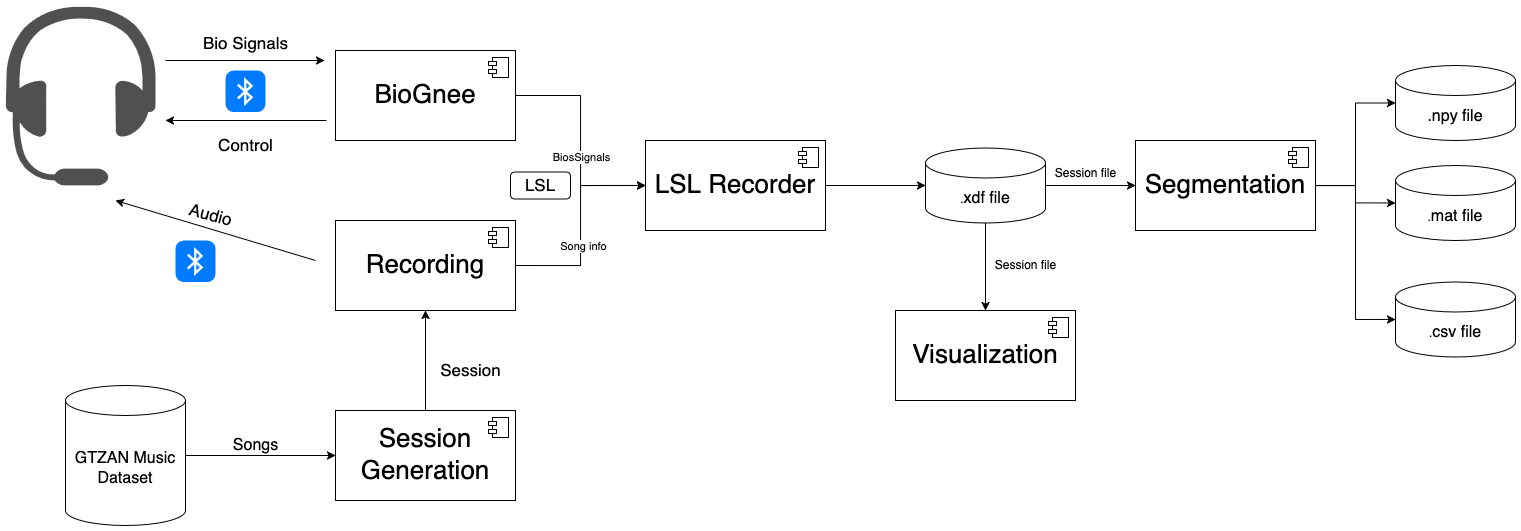
Above: thesis/figures/chapter05/experimentalWorkflow.png in Lukas1305-red/bachelor-thesis-music-eeg-genre-classifier (draw.io), before the change. Source tidied: cells renumbered, new cells last; positions are measured from the earlier drawing's top-left corner, leaving out a move shared by most shapes. The source it was exported from:
```xml
<mxGraphModel>
  <root>
    <mxCell id="0" />
    <mxCell id="1" parent="0" />
    <mxCell id="2" style="sketch=0;shadow=0;dashed=0;html=1;strokeColor=none;fillColor=#505050;labelPosition=center;verticalLabelPosition=bottom;verticalAlign=top;align=center;shape=mxgraph.office.devices.headset;" parent="1" vertex="1">
      <mxGeometry width="150" height="180" as="geometry" />
    </mxCell>
    <mxCell id="3" style="edgeStyle=orthogonalEdgeStyle;rounded=0;jettySize=auto;html=1;entryX=0;entryY=0.5;entryDx=0;entryDy=0;" parent="1" edge="1" source="5" target="26">
      <mxGeometry relative="1" as="geometry" />
    </mxCell>
    <mxCell id="4" value="BiosSignals" style="edgeLabel;html=1;align=center;verticalAlign=middle;" parent="3" vertex="1">
      <mxGeometry x="0.14" relative="1" as="geometry" />
    </mxCell>
    <mxCell id="5" value="&lt;font style=&quot;font-size: 26px;&quot;&gt;BioGnee&lt;/font&gt;" style="html=1;whiteSpace=wrap;" parent="1" vertex="1">
      <mxGeometry x="330" y="45" width="180" height="90" as="geometry" />
    </mxCell>
    <mxCell id="6" style="shape=module;jettyWidth=8;jettyHeight=4;" parent="5" vertex="1">
      <mxGeometry x="1" width="20" height="20" relative="1" as="geometry">
        <mxPoint x="-27" y="7" as="offset" />
      </mxGeometry>
    </mxCell>
    <mxCell id="7" style="endArrow=classic;html=1;rounded=0;" parent="1" edge="1">
      <mxGeometry relative="1" as="geometry">
        <mxPoint x="160" y="55" as="sourcePoint" />
        <mxPoint x="319" y="55" as="targetPoint" />
      </mxGeometry>
    </mxCell>
    <mxCell id="8" style="endArrow=classic;html=1;rounded=0;" parent="1" edge="1">
      <mxGeometry relative="1" as="geometry">
        <mxPoint x="321" y="115" as="sourcePoint" />
        <mxPoint x="160" y="115" as="targetPoint" />
      </mxGeometry>
    </mxCell>
    <mxCell id="9" style="html=1;strokeWidth=1;shadow=0;dashed=0;shape=mxgraph.ios7.misc.bluetooth;fillColor=#007AFF;strokeColor=none;buttonText=;strokeColor2=#222222;fontColor=#222222;fontSize=8;verticalLabelPosition=bottom;verticalAlign=top;align=center;sketch=0;" parent="1" vertex="1">
      <mxGeometry x="220" y="65" width="40" height="41.5" as="geometry" />
    </mxCell>
    <mxCell id="10" value="Bio Signals" style="text;html=1;align=center;verticalAlign=middle;strokeColor=none;fillColor=none;fontSize=17;" parent="1" vertex="1">
      <mxGeometry x="185" y="23" width="110" height="30" as="geometry" />
    </mxCell>
    <mxCell id="11" value="Control" style="text;html=1;align=center;verticalAlign=middle;strokeColor=none;fillColor=none;fontSize=17;" parent="1" vertex="1">
      <mxGeometry x="200" y="125" width="80" height="30" as="geometry" />
    </mxCell>
    <mxCell id="12" style="edgeStyle=orthogonalEdgeStyle;rounded=0;jettySize=auto;html=1;exitX=1;exitY=0.5;exitDx=0;exitDy=0;entryX=0;entryY=0.5;entryDx=0;entryDy=0;" parent="1" edge="1" source="14" target="26">
      <mxGeometry relative="1" as="geometry" />
    </mxCell>
    <mxCell id="13" value="Song info" style="edgeLabel;html=1;align=center;verticalAlign=middle;" parent="12" vertex="1">
      <mxGeometry x="-0.19" y="-2" relative="1" as="geometry" />
    </mxCell>
    <mxCell id="14" value="&lt;font style=&quot;font-size: 26px;&quot;&gt;Recording&lt;/font&gt;" style="html=1;whiteSpace=wrap;" parent="1" vertex="1">
      <mxGeometry x="330" y="215" width="180" height="90" as="geometry" />
    </mxCell>
    <mxCell id="15" style="shape=module;jettyWidth=8;jettyHeight=4;" parent="14" vertex="1">
      <mxGeometry x="1" width="20" height="20" relative="1" as="geometry">
        <mxPoint x="-27" y="7" as="offset" />
      </mxGeometry>
    </mxCell>
    <mxCell id="16" style="endArrow=classic;html=1;rounded=0;" parent="1" edge="1">
      <mxGeometry relative="1" as="geometry">
        <mxPoint x="310" y="255" as="sourcePoint" />
        <mxPoint x="110" y="195" as="targetPoint" />
      </mxGeometry>
    </mxCell>
    <mxCell id="17" value="Audio" style="text;html=1;align=center;verticalAlign=middle;strokeColor=none;fillColor=none;rotation=15;fontSize=17;" parent="1" vertex="1">
      <mxGeometry x="170" y="195" width="70" height="30" as="geometry" />
    </mxCell>
    <mxCell id="18" style="html=1;strokeWidth=1;shadow=0;dashed=0;shape=mxgraph.ios7.misc.bluetooth;fillColor=#007AFF;strokeColor=none;buttonText=;strokeColor2=#222222;fontColor=#222222;fontSize=8;verticalLabelPosition=bottom;verticalAlign=top;align=center;sketch=0;" parent="1" vertex="1">
      <mxGeometry x="170" y="235" width="40" height="41.5" as="geometry" />
    </mxCell>
    <mxCell id="19" style="edgeStyle=orthogonalEdgeStyle;rounded=0;jettySize=auto;html=1;exitX=0.5;exitY=0;exitDx=0;exitDy=0;entryX=0.5;entryY=1;entryDx=0;entryDy=0;" parent="1" edge="1" source="20" target="14">
      <mxGeometry relative="1" as="geometry" />
    </mxCell>
    <mxCell id="20" value="&lt;font style=&quot;font-size: 26px;&quot;&gt;Session Generation&lt;/font&gt;" style="html=1;whiteSpace=wrap;" parent="1" vertex="1">
      <mxGeometry x="330" y="405" width="180" height="90" as="geometry" />
    </mxCell>
    <mxCell id="21" style="shape=module;jettyWidth=8;jettyHeight=4;" parent="20" vertex="1">
      <mxGeometry x="1" width="20" height="20" relative="1" as="geometry">
        <mxPoint x="-27" y="7" as="offset" />
      </mxGeometry>
    </mxCell>
    <mxCell id="22" style="edgeStyle=orthogonalEdgeStyle;rounded=0;jettySize=auto;html=1;entryX=0;entryY=0.5;entryDx=0;entryDy=0;" parent="1" edge="1" source="23" target="20">
      <mxGeometry relative="1" as="geometry" />
    </mxCell>
    <mxCell id="23" value="&lt;font style=&quot;font-size: 16px;&quot;&gt;GTZAN Music Dataset&lt;/font&gt;" style="shape=cylinder3;whiteSpace=wrap;html=1;boundedLbl=1;backgroundOutline=1;size=15;" parent="1" vertex="1">
      <mxGeometry x="60" y="380" width="120" height="140" as="geometry" />
    </mxCell>
    <mxCell id="24" value="Songs" style="text;html=1;align=center;verticalAlign=middle;strokeColor=none;fillColor=none;fontSize=16;" parent="1" vertex="1">
      <mxGeometry x="215" y="425" width="70" height="30" as="geometry" />
    </mxCell>
    <mxCell id="25" value="Session" style="text;html=1;align=center;verticalAlign=middle;strokeColor=none;fillColor=none;fontSize=17;" parent="1" vertex="1">
      <mxGeometry x="425" y="350" width="80" height="30" as="geometry" />
    </mxCell>
    <mxCell id="26" value="&lt;font style=&quot;font-size: 26px;&quot;&gt;LSL Recorder&lt;/font&gt;" style="html=1;whiteSpace=wrap;" parent="1" vertex="1">
      <mxGeometry x="640" y="135" width="180" height="90" as="geometry" />
    </mxCell>
    <mxCell id="27" style="shape=module;jettyWidth=8;jettyHeight=4;" parent="26" vertex="1">
      <mxGeometry x="1" width="20" height="20" relative="1" as="geometry">
        <mxPoint x="-27" y="7" as="offset" />
      </mxGeometry>
    </mxCell>
    <mxCell id="28" value="&lt;font style=&quot;font-size: 17px;&quot;&gt;LSL&lt;/font&gt;" style="rounded=1;whiteSpace=wrap;html=1;" parent="1" vertex="1">
      <mxGeometry x="505" y="166.5" width="60" height="27" as="geometry" />
    </mxCell>
    <mxCell id="29" style="edgeStyle=orthogonalEdgeStyle;rounded=0;jettySize=auto;html=1;entryX=0;entryY=0.5;entryDx=0;entryDy=0;" parent="1" edge="1" source="31" target="33">
      <mxGeometry relative="1" as="geometry" />
    </mxCell>
    <mxCell id="30" style="edgeStyle=orthogonalEdgeStyle;rounded=0;jettySize=auto;html=1;entryX=0.5;entryY=0;entryDx=0;entryDy=0;" parent="1" edge="1" source="31" target="42">
      <mxGeometry relative="1" as="geometry" />
    </mxCell>
    <mxCell id="31" value=".&lt;font style=&quot;font-size: 16px;&quot;&gt;xdf file&lt;/font&gt;" style="shape=cylinder3;whiteSpace=wrap;html=1;boundedLbl=1;backgroundOutline=1;size=15;" parent="1" vertex="1">
      <mxGeometry x="920" y="142.5" width="120" height="75" as="geometry" />
    </mxCell>
    <mxCell id="32" style="edgeStyle=orthogonalEdgeStyle;rounded=0;jettySize=auto;html=1;entryX=0;entryY=0.5;entryDx=0;entryDy=0;entryPerimeter=0;" parent="1" edge="1" source="26" target="31">
      <mxGeometry relative="1" as="geometry" />
    </mxCell>
    <mxCell id="33" value="&lt;font style=&quot;font-size: 26px;&quot;&gt;Segmentation&lt;/font&gt;" style="html=1;whiteSpace=wrap;" parent="1" vertex="1">
      <mxGeometry x="1130" y="135" width="180" height="90" as="geometry" />
    </mxCell>
    <mxCell id="34" style="shape=module;jettyWidth=8;jettyHeight=4;" parent="33" vertex="1">
      <mxGeometry x="1" width="20" height="20" relative="1" as="geometry">
        <mxPoint x="-27" y="7" as="offset" />
      </mxGeometry>
    </mxCell>
    <mxCell id="35" value="Session file" style="text;html=1;align=center;verticalAlign=middle;strokeColor=none;fillColor=none;" parent="1" vertex="1">
      <mxGeometry x="1040" y="153" width="80" height="30" as="geometry" />
    </mxCell>
    <mxCell id="36" value=".&lt;font style=&quot;font-size: 16px;&quot;&gt;mat file&lt;/font&gt;" style="shape=cylinder3;whiteSpace=wrap;html=1;boundedLbl=1;backgroundOutline=1;size=15;" parent="1" vertex="1">
      <mxGeometry x="1390" y="160" width="120" height="75" as="geometry" />
    </mxCell>
    <mxCell id="37" value="&lt;font style=&quot;font-size: 16px;&quot;&gt;.npy&lt;/font&gt;&lt;font style=&quot;font-size: 16px;&quot;&gt;&amp;nbsp;file&lt;/font&gt;" style="shape=cylinder3;whiteSpace=wrap;html=1;boundedLbl=1;backgroundOutline=1;size=15;" parent="1" vertex="1">
      <mxGeometry x="1390" y="60" width="120" height="75" as="geometry" />
    </mxCell>
    <mxCell id="38" value=".&lt;font style=&quot;font-size: 16px;&quot;&gt;csv file&lt;/font&gt;" style="shape=cylinder3;whiteSpace=wrap;html=1;boundedLbl=1;backgroundOutline=1;size=15;" parent="1" vertex="1">
      <mxGeometry x="1390" y="276.5" width="120" height="75" as="geometry" />
    </mxCell>
    <mxCell id="39" style="edgeStyle=orthogonalEdgeStyle;rounded=0;jettySize=auto;html=1;entryX=0;entryY=0.5;entryDx=0;entryDy=0;entryPerimeter=0;" parent="1" edge="1" source="33" target="37">
      <mxGeometry relative="1" as="geometry" />
    </mxCell>
    <mxCell id="40" style="edgeStyle=orthogonalEdgeStyle;rounded=0;jettySize=auto;html=1;entryX=0;entryY=0.5;entryDx=0;entryDy=0;entryPerimeter=0;" parent="1" edge="1" source="33" target="36">
      <mxGeometry relative="1" as="geometry" />
    </mxCell>
    <mxCell id="41" style="edgeStyle=orthogonalEdgeStyle;rounded=0;jettySize=auto;html=1;entryX=0;entryY=0.5;entryDx=0;entryDy=0;entryPerimeter=0;" parent="1" edge="1" source="33" target="38">
      <mxGeometry relative="1" as="geometry" />
    </mxCell>
    <mxCell id="42" value="&lt;font style=&quot;font-size: 26px;&quot;&gt;Visualization&lt;/font&gt;" style="html=1;whiteSpace=wrap;" parent="1" vertex="1">
      <mxGeometry x="890" y="305" width="180" height="90" as="geometry" />
    </mxCell>
    <mxCell id="43" style="shape=module;jettyWidth=8;jettyHeight=4;" parent="42" vertex="1">
      <mxGeometry x="1" width="20" height="20" relative="1" as="geometry">
        <mxPoint x="-27" y="7" as="offset" />
      </mxGeometry>
    </mxCell>
    <mxCell id="44" value="Session file" style="text;html=1;align=center;verticalAlign=middle;strokeColor=none;fillColor=none;" parent="1" vertex="1">
      <mxGeometry x="980" y="245" width="80" height="30" as="geometry" />
    </mxCell>
  </root>
</mxGraphModel>
```
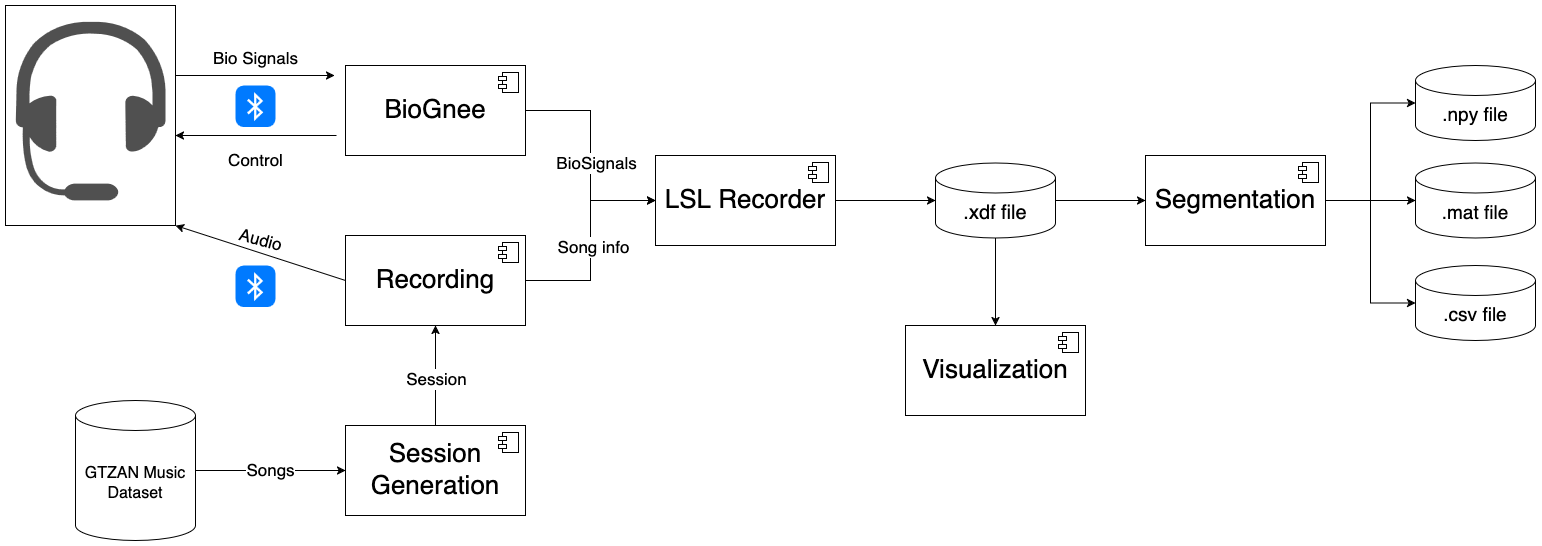
Above is the later version.

Commit message:
Finish first draft of Music datasets. Add figure of technical setup in methodology. Add transparency use of ai chapter. Change citiation to numbered style. Add .idea folder to gitignore.

Change to the diagram source:
```diff
@@ -2,14 +2,19 @@
   <root>
     <mxCell id="0" />
     <mxCell id="1" parent="0" />
+    <mxCell id="45" style="rounded=0;whiteSpace=wrap;html=1;" parent="1" vertex="1">
+      <mxGeometry x="-10" y="-15" width="170" height="220" as="geometry" />
+    </mxCell>
     <mxCell id="2" style="sketch=0;shadow=0;dashed=0;html=1;strokeColor=none;fillColor=#505050;labelPosition=center;verticalLabelPosition=bottom;verticalAlign=top;align=center;shape=mxgraph.office.devices.headset;" parent="1" vertex="1">
       <mxGeometry width="150" height="180" as="geometry" />
     </mxCell>
     <mxCell id="3" style="edgeStyle=orthogonalEdgeStyle;rounded=0;jettySize=auto;html=1;entryX=0;entryY=0.5;entryDx=0;entryDy=0;" parent="1" edge="1" source="5" target="26">
       <mxGeometry relative="1" as="geometry" />
     </mxCell>
-    <mxCell id="4" value="BiosSignals" style="edgeLabel;html=1;align=center;verticalAlign=middle;" parent="3" vertex="1">
-      <mxGeometry x="0.14" relative="1" as="geometry" />
+    <mxCell id="4" value="BioSignals" style="edgeLabel;html=1;align=center;verticalAlign=middle;fontSize=17;" parent="3" vertex="1">
+      <mxGeometry x="0.14" relative="1" as="geometry">
+        <mxPoint x="5" y="-8" as="offset" />
+      </mxGeometry>
     </mxCell>
     <mxCell id="5" value="&lt;font style=&quot;font-size: 26px;&quot;&gt;BioGnee&lt;/font&gt;" style="html=1;whiteSpace=wrap;" parent="1" vertex="1">
       <mxGeometry x="330" y="45" width="180" height="90" as="geometry" />
@@ -43,8 +48,10 @@
     <mxCell id="12" style="edgeStyle=orthogonalEdgeStyle;rounded=0;jettySize=auto;html=1;exitX=1;exitY=0.5;exitDx=0;exitDy=0;entryX=0;entryY=0.5;entryDx=0;entryDy=0;" parent="1" edge="1" source="14" target="26">
       <mxGeometry relative="1" as="geometry" />
     </mxCell>
-    <mxCell id="13" value="Song info" style="edgeLabel;html=1;align=center;verticalAlign=middle;" parent="12" vertex="1">
-      <mxGeometry x="-0.19" y="-2" relative="1" as="geometry" />
+    <mxCell id="13" value="Song info" style="edgeLabel;html=1;align=center;verticalAlign=middle;fontSize=17;" parent="12" vertex="1">
+      <mxGeometry x="-0.19" y="-2" relative="1" as="geometry">
+        <mxPoint y="-14" as="offset" />
+      </mxGeometry>
     </mxCell>
     <mxCell id="14" value="&lt;font style=&quot;font-size: 26px;&quot;&gt;Recording&lt;/font&gt;" style="html=1;whiteSpace=wrap;" parent="1" vertex="1">
       <mxGeometry x="330" y="215" width="180" height="90" as="geometry" />
@@ -54,21 +61,21 @@
         <mxPoint x="-27" y="7" as="offset" />
       </mxGeometry>
     </mxCell>
-    <mxCell id="16" style="endArrow=classic;html=1;rounded=0;" parent="1" edge="1">
-      <mxGeometry relative="1" as="geometry">
-        <mxPoint x="310" y="255" as="sourcePoint" />
-        <mxPoint x="110" y="195" as="targetPoint" />
-      </mxGeometry>
+    <mxCell id="16" style="endArrow=classic;html=1;rounded=0;exitX=0;exitY=0.5;exitDx=0;exitDy=0;entryX=1;entryY=1;entryDx=0;entryDy=0;" parent="1" edge="1" source="14" target="45">
+      <mxGeometry relative="1" as="geometry" />
     </mxCell>
     <mxCell id="17" value="Audio" style="text;html=1;align=center;verticalAlign=middle;strokeColor=none;fillColor=none;rotation=15;fontSize=17;" parent="1" vertex="1">
-      <mxGeometry x="170" y="195" width="70" height="30" as="geometry" />
+      <mxGeometry x="210" y="205" width="70" height="30" as="geometry" />
     </mxCell>
     <mxCell id="18" style="html=1;strokeWidth=1;shadow=0;dashed=0;shape=mxgraph.ios7.misc.bluetooth;fillColor=#007AFF;strokeColor=none;buttonText=;strokeColor2=#222222;fontColor=#222222;fontSize=8;verticalLabelPosition=bottom;verticalAlign=top;align=center;sketch=0;" parent="1" vertex="1">
-      <mxGeometry x="170" y="235" width="40" height="41.5" as="geometry" />
+      <mxGeometry x="220" y="245" width="40" height="41.5" as="geometry" />
     </mxCell>
     <mxCell id="19" style="edgeStyle=orthogonalEdgeStyle;rounded=0;jettySize=auto;html=1;exitX=0.5;exitY=0;exitDx=0;exitDy=0;entryX=0.5;entryY=1;entryDx=0;entryDy=0;" parent="1" edge="1" source="20" target="14">
       <mxGeometry relative="1" as="geometry" />
     </mxCell>
+    <mxCell id="25" value="&lt;font style=&quot;font-size: 17px;&quot;&gt;Session&lt;/font&gt;" style="edgeLabel;html=1;align=center;verticalAlign=middle;" parent="19" vertex="1">
+      <mxGeometry x="-0.08" relative="1" as="geometry" />
+    </mxCell>
     <mxCell id="20" value="&lt;font style=&quot;font-size: 26px;&quot;&gt;Session Generation&lt;/font&gt;" style="html=1;whiteSpace=wrap;" parent="1" vertex="1">
       <mxGeometry x="330" y="405" width="180" height="90" as="geometry" />
     </mxCell>
@@ -77,18 +84,12 @@
         <mxPoint x="-27" y="7" as="offset" />
       </mxGeometry>
     </mxCell>
-    <mxCell id="22" style="edgeStyle=orthogonalEdgeStyle;rounded=0;jettySize=auto;html=1;entryX=0;entryY=0.5;entryDx=0;entryDy=0;" parent="1" edge="1" source="23" target="20">
+    <mxCell id="22" value="&lt;font style=&quot;font-size: 17px;&quot;&gt;Songs&lt;/font&gt;" style="edgeStyle=orthogonalEdgeStyle;rounded=0;jettySize=auto;html=1;entryX=0;entryY=0.5;entryDx=0;entryDy=0;" parent="1" edge="1" source="23" target="20">
       <mxGeometry relative="1" as="geometry" />
     </mxCell>
     <mxCell id="23" value="&lt;font style=&quot;font-size: 16px;&quot;&gt;GTZAN Music Dataset&lt;/font&gt;" style="shape=cylinder3;whiteSpace=wrap;html=1;boundedLbl=1;backgroundOutline=1;size=15;" parent="1" vertex="1">
       <mxGeometry x="60" y="380" width="120" height="140" as="geometry" />
     </mxCell>
-    <mxCell id="24" value="Songs" style="text;html=1;align=center;verticalAlign=middle;strokeColor=none;fillColor=none;fontSize=16;" parent="1" vertex="1">
-      <mxGeometry x="215" y="425" width="70" height="30" as="geometry" />
-    </mxCell>
-    <mxCell id="25" value="Session" style="text;html=1;align=center;verticalAlign=middle;strokeColor=none;fillColor=none;fontSize=17;" parent="1" vertex="1">
-      <mxGeometry x="425" y="350" width="80" height="30" as="geometry" />
-    </mxCell>
     <mxCell id="26" value="&lt;font style=&quot;font-size: 26px;&quot;&gt;LSL Recorder&lt;/font&gt;" style="html=1;whiteSpace=wrap;" parent="1" vertex="1">
       <mxGeometry x="640" y="135" width="180" height="90" as="geometry" />
     </mxCell>
@@ -97,16 +98,13 @@
         <mxPoint x="-27" y="7" as="offset" />
       </mxGeometry>
     </mxCell>
-    <mxCell id="28" value="&lt;font style=&quot;font-size: 17px;&quot;&gt;LSL&lt;/font&gt;" style="rounded=1;whiteSpace=wrap;html=1;" parent="1" vertex="1">
-      <mxGeometry x="505" y="166.5" width="60" height="27" as="geometry" />
-    </mxCell>
     <mxCell id="29" style="edgeStyle=orthogonalEdgeStyle;rounded=0;jettySize=auto;html=1;entryX=0;entryY=0.5;entryDx=0;entryDy=0;" parent="1" edge="1" source="31" target="33">
       <mxGeometry relative="1" as="geometry" />
     </mxCell>
     <mxCell id="30" style="edgeStyle=orthogonalEdgeStyle;rounded=0;jettySize=auto;html=1;entryX=0.5;entryY=0;entryDx=0;entryDy=0;" parent="1" edge="1" source="31" target="42">
       <mxGeometry relative="1" as="geometry" />
     </mxCell>
-    <mxCell id="31" value=".&lt;font style=&quot;font-size: 16px;&quot;&gt;xdf file&lt;/font&gt;" style="shape=cylinder3;whiteSpace=wrap;html=1;boundedLbl=1;backgroundOutline=1;size=15;" parent="1" vertex="1">
+    <mxCell id="31" value="&lt;font style=&quot;font-size: 20px;&quot;&gt;.&lt;font&gt;xdf file&lt;/font&gt;&lt;/font&gt;" style="shape=cylinder3;whiteSpace=wrap;html=1;boundedLbl=1;backgroundOutline=1;size=15;" parent="1" vertex="1">
       <mxGeometry x="920" y="142.5" width="120" height="75" as="geometry" />
     </mxCell>
     <mxCell id="32" style="edgeStyle=orthogonalEdgeStyle;rounded=0;jettySize=auto;html=1;entryX=0;entryY=0.5;entryDx=0;entryDy=0;entryPerimeter=0;" parent="1" edge="1" source="26" target="31">
@@ -120,17 +118,14 @@
         <mxPoint x="-27" y="7" as="offset" />
       </mxGeometry>
     </mxCell>
-    <mxCell id="35" value="Session file" style="text;html=1;align=center;verticalAlign=middle;strokeColor=none;fillColor=none;" parent="1" vertex="1">
-      <mxGeometry x="1040" y="153" width="80" height="30" as="geometry" />
-    </mxCell>
-    <mxCell id="36" value=".&lt;font style=&quot;font-size: 16px;&quot;&gt;mat file&lt;/font&gt;" style="shape=cylinder3;whiteSpace=wrap;html=1;boundedLbl=1;backgroundOutline=1;size=15;" parent="1" vertex="1">
-      <mxGeometry x="1390" y="160" width="120" height="75" as="geometry" />
+    <mxCell id="36" value="&lt;font style=&quot;font-size: 19px;&quot;&gt;.&lt;font&gt;mat file&lt;/font&gt;&lt;/font&gt;" style="shape=cylinder3;whiteSpace=wrap;html=1;boundedLbl=1;backgroundOutline=1;size=15;" parent="1" vertex="1">
+      <mxGeometry x="1400" y="142.5" width="120" height="75" as="geometry" />
     </mxCell>
-    <mxCell id="37" value="&lt;font style=&quot;font-size: 16px;&quot;&gt;.npy&lt;/font&gt;&lt;font style=&quot;font-size: 16px;&quot;&gt;&amp;nbsp;file&lt;/font&gt;" style="shape=cylinder3;whiteSpace=wrap;html=1;boundedLbl=1;backgroundOutline=1;size=15;" parent="1" vertex="1">
-      <mxGeometry x="1390" y="60" width="120" height="75" as="geometry" />
+    <mxCell id="37" value="&lt;font style=&quot;font-size: 19px;&quot;&gt;.npy&lt;font&gt;&amp;nbsp;file&lt;/font&gt;&lt;/font&gt;" style="shape=cylinder3;whiteSpace=wrap;html=1;boundedLbl=1;backgroundOutline=1;size=15;" parent="1" vertex="1">
+      <mxGeometry x="1400" y="45" width="120" height="75" as="geometry" />
     </mxCell>
-    <mxCell id="38" value=".&lt;font style=&quot;font-size: 16px;&quot;&gt;csv file&lt;/font&gt;" style="shape=cylinder3;whiteSpace=wrap;html=1;boundedLbl=1;backgroundOutline=1;size=15;" parent="1" vertex="1">
-      <mxGeometry x="1390" y="276.5" width="120" height="75" as="geometry" />
+    <mxCell id="38" value="&lt;font style=&quot;font-size: 19px;&quot;&gt;.&lt;font&gt;csv file&lt;/font&gt;&lt;/font&gt;" style="shape=cylinder3;whiteSpace=wrap;html=1;boundedLbl=1;backgroundOutline=1;size=15;" parent="1" vertex="1">
+      <mxGeometry x="1400" y="245" width="120" height="75" as="geometry" />
     </mxCell>
     <mxCell id="39" style="edgeStyle=orthogonalEdgeStyle;rounded=0;jettySize=auto;html=1;entryX=0;entryY=0.5;entryDx=0;entryDy=0;entryPerimeter=0;" parent="1" edge="1" source="33" target="37">
       <mxGeometry relative="1" as="geometry" />
@@ -149,8 +144,5 @@
         <mxPoint x="-27" y="7" as="offset" />
       </mxGeometry>
     </mxCell>
-    <mxCell id="44" value="Session file" style="text;html=1;align=center;verticalAlign=middle;strokeColor=none;fillColor=none;" parent="1" vertex="1">
-      <mxGeometry x="980" y="245" width="80" height="30" as="geometry" />
-    </mxCell>
   </root>
 </mxGraphModel>
```
